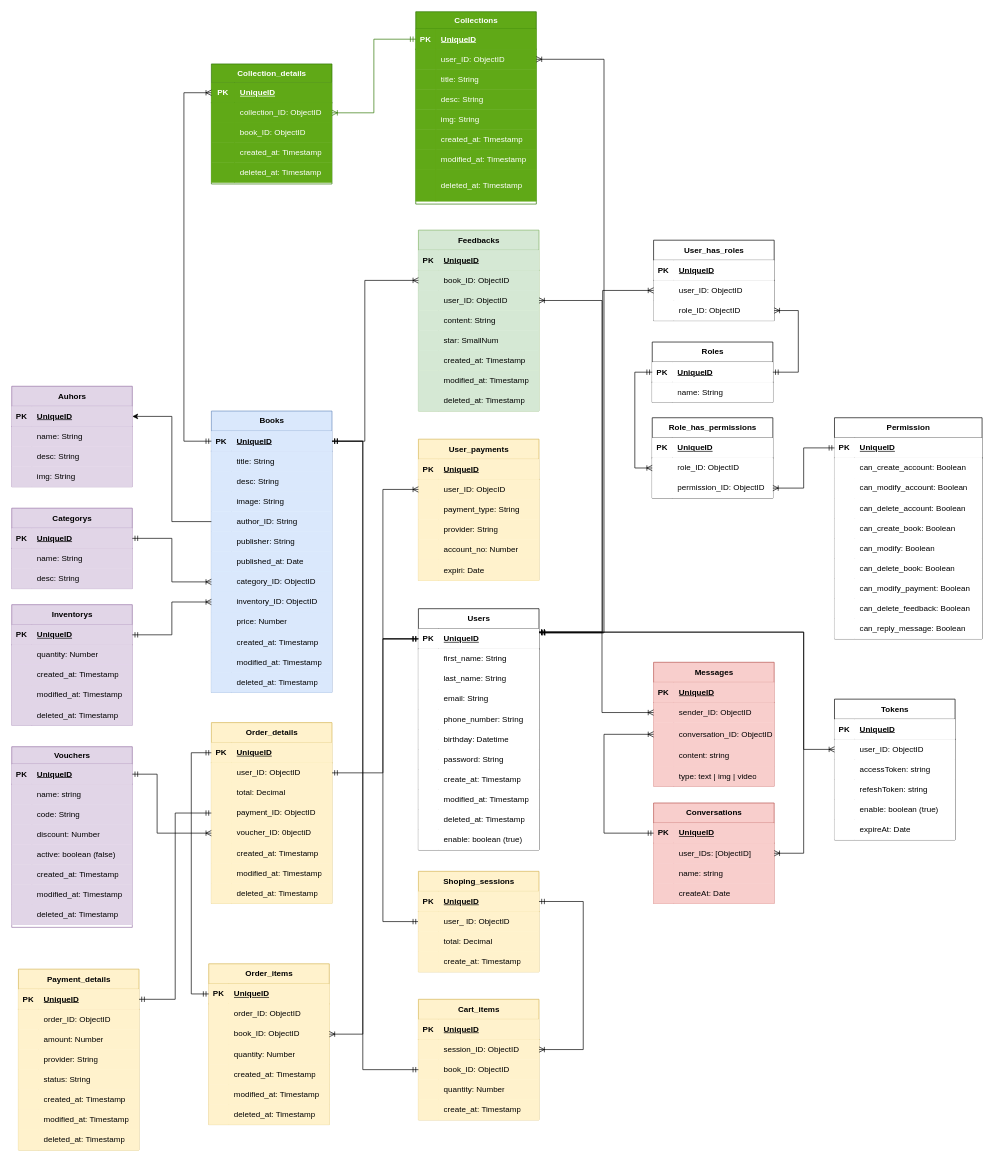
Earlier version of the draw.io diagram Diagram-Ebook-Shop.drawio (Khanh-BangPham/Diagram-Store). Source tidied: cells renumbered, new cells numbered last; positions are measured from the earlier drawing's top-left corner, leaving out a move shared by most shapes. Both pictures are drawn from the tidied source at 67%, with x=0, y=0 at pixel (11, 11).
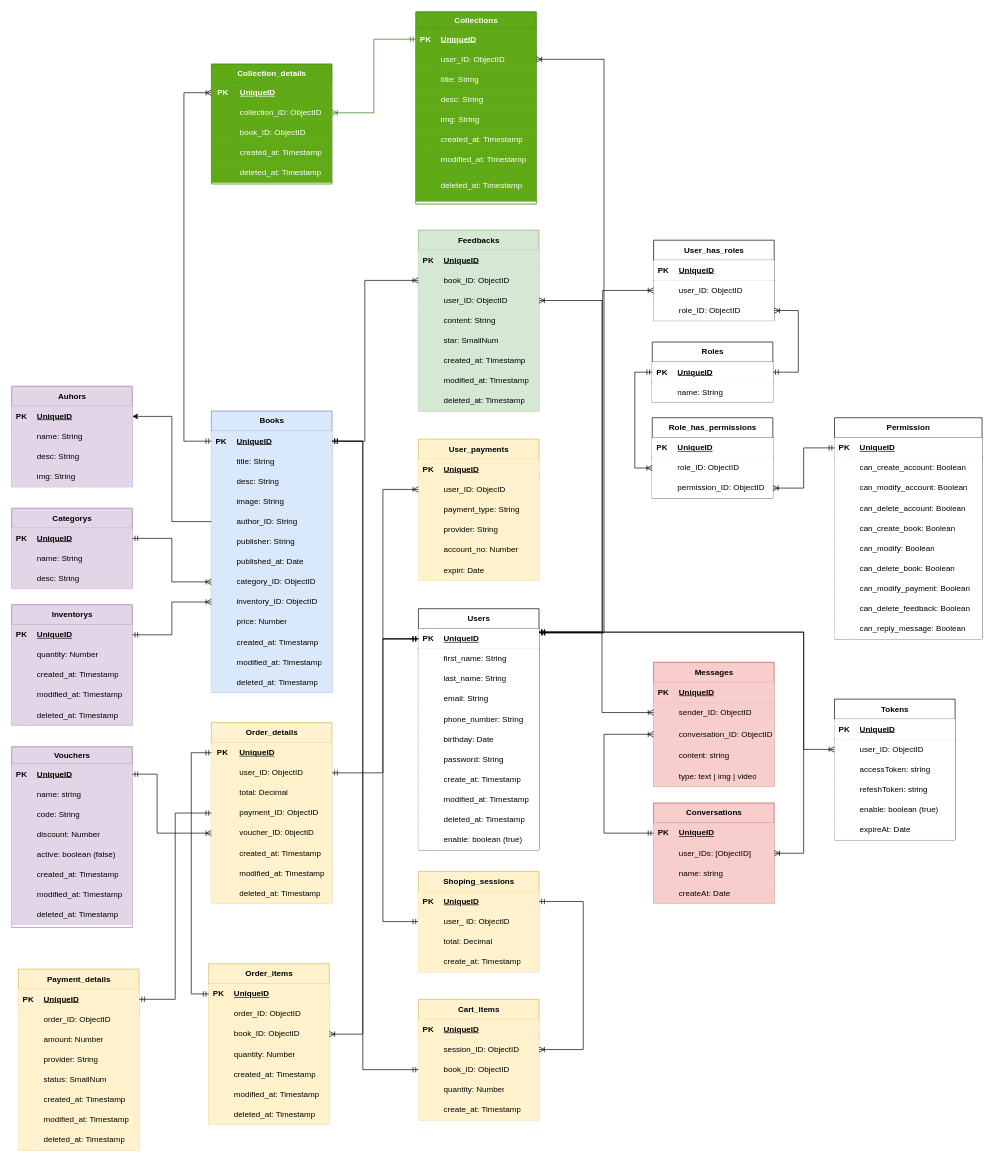
After the change.

Commit message (it also covers changes not shown here):
Cập nhật Diagram-Ebook-Shop.drawio

The change refers to these unchanged cells:
```xml
<mxCell id="18" style="shape=tableRow;horizontal=0;startSize=0;swimlaneHead=0;swimlaneBody=0;top=0;left=0;right=0;bottom=0;" parent="2" vertex="1">
  <mxGeometry y="180" width="180" height="30" as="geometry" />
</mxCell>
<mxCell id="258" style="shape=tableRow;horizontal=0;startSize=0;swimlaneHead=0;swimlaneBody=0;fillColor=#fff2cc;points=[[0,0.5],[1,0.5]];portConstraint=eastwest;top=0;left=0;right=0;bottom=1;strokeColor=#d6b656;" parent="257" vertex="1">
  <mxGeometry y="30" width="180" height="30" as="geometry" />
</mxCell>
<mxCell id="261" style="shape=tableRow;horizontal=0;startSize=0;swimlaneHead=0;swimlaneBody=0;fillColor=#fff2cc;points=[[0,0.5],[1,0.5]];portConstraint=eastwest;top=0;left=0;right=0;bottom=0;strokeColor=#d6b656;" parent="257" vertex="1">
  <mxGeometry y="60" width="180" height="30" as="geometry" />
</mxCell>
<mxCell id="264" style="shape=tableRow;horizontal=0;startSize=0;swimlaneHead=0;swimlaneBody=0;fillColor=#fff2cc;top=0;left=0;right=0;bottom=0;strokeColor=#d6b656;" parent="257" vertex="1">
  <mxGeometry y="90" width="180" height="30" as="geometry" />
</mxCell>
<mxCell id="267" style="shape=tableRow;horizontal=0;startSize=0;swimlaneHead=0;swimlaneBody=0;fillColor=#fff2cc;points=[[0,0.5],[1,0.5]];portConstraint=eastwest;top=0;left=0;right=0;bottom=0;strokeColor=#d6b656;" parent="257" vertex="1">
  <mxGeometry y="120" width="180" height="30" as="geometry" />
</mxCell>
<mxCell id="270" style="shape=tableRow;horizontal=0;startSize=0;swimlaneHead=0;swimlaneBody=0;fillColor=#fff2cc;points=[[0,0.5],[1,0.5]];portConstraint=eastwest;top=0;left=0;right=0;bottom=0;strokeColor=#d6b656;" parent="257" vertex="1">
  <mxGeometry y="150" width="180" height="30" as="geometry" />
</mxCell>
<mxCell id="273" style="shape=tableRow;horizontal=0;startSize=0;swimlaneHead=0;swimlaneBody=0;fillColor=#fff2cc;top=0;left=0;right=0;bottom=0;strokeColor=#d6b656;" parent="257" vertex="1">
  <mxGeometry y="180" width="180" height="30" as="geometry" />
</mxCell>
<mxCell id="276" style="shape=tableRow;horizontal=0;startSize=0;swimlaneHead=0;swimlaneBody=0;fillColor=#fff2cc;top=0;left=0;right=0;bottom=0;strokeColor=#d6b656;" parent="257" vertex="1">
  <mxGeometry y="210" width="180" height="30" as="geometry" />
</mxCell>
<mxCell id="279" style="shape=tableRow;horizontal=0;startSize=0;swimlaneHead=0;swimlaneBody=0;fillColor=#fff2cc;top=0;left=0;right=0;bottom=0;strokeColor=#d6b656;" parent="257" vertex="1">
  <mxGeometry y="240" width="180" height="30" as="geometry" />
</mxCell>
<mxCell id="296" style="shape=tableRow;horizontal=0;startSize=0;swimlaneHead=0;swimlaneBody=0;fillColor=#fff2cc;top=0;left=0;right=0;bottom=0;strokeColor=#d6b656;" parent="283" vertex="1">
  <mxGeometry y="150" width="180" height="30" as="geometry" />
</mxCell>
```

What changed in the source:
```diff
@@
-    <mxCell id="20" value="birthday: Datetime" style="shape=partialRectangle;top=0;left=0;bottom=0;right=0;align=left;spacingLeft=6;overflow=hidden;whiteSpace=wrap;html=1;" parent="18" vertex="1">
+    <mxCell id="20" value="birthday: Date" style="shape=partialRectangle;top=0;left=0;bottom=0;right=0;align=left;spacingLeft=6;overflow=hidden;whiteSpace=wrap;html=1;" parent="18" vertex="1">
       <mxGeometry x="30" width="150" height="30" as="geometry" />
     </mxCell>
@@
     <mxCell id="259" value="PK" style="shape=partialRectangle;fillColor=#fff2cc;top=0;left=0;bottom=0;right=0;fontStyle=1;overflow=hidden;whiteSpace=wrap;html=1;strokeColor=#d6b656;" parent="258" vertex="1">
-      <mxGeometry width="30" height="30" as="geometry" />
+      <mxGeometry width="33.8" height="30" as="geometry" />
     </mxCell>
     <mxCell id="260" value="UniqueID" style="shape=partialRectangle;fillColor=#fff2cc;top=0;left=0;bottom=0;right=0;align=left;spacingLeft=6;fontStyle=5;overflow=hidden;whiteSpace=wrap;html=1;strokeColor=#d6b656;" parent="258" vertex="1">
-      <mxGeometry x="30" width="150" height="30" as="geometry" />
+      <mxGeometry x="33.8" width="146.2" height="30" as="geometry" />
     </mxCell>
@@
     <mxCell id="262" style="shape=partialRectangle;fillColor=#fff2cc;top=0;left=0;bottom=0;right=0;overflow=hidden;whiteSpace=wrap;html=1;strokeColor=#d6b656;" parent="261" vertex="1">
-      <mxGeometry width="30" height="30" as="geometry" />
+      <mxGeometry width="33.8" height="30" as="geometry" />
     </mxCell>
     <mxCell id="263" value="user_ID: ObjectID" style="shape=partialRectangle;fillColor=#fff2cc;top=0;left=0;bottom=0;right=0;align=left;spacingLeft=6;overflow=hidden;whiteSpace=wrap;html=1;strokeColor=#d6b656;" parent="261" vertex="1">
-      <mxGeometry x="30" width="150" height="30" as="geometry" />
+      <mxGeometry x="33.8" width="146.2" height="30" as="geometry" />
     </mxCell>
@@
     <mxCell id="265" style="shape=partialRectangle;fillColor=#fff2cc;top=0;left=0;bottom=0;right=0;overflow=hidden;whiteSpace=wrap;html=1;strokeColor=#d6b656;" parent="264" vertex="1">
-      <mxGeometry width="30" height="30" as="geometry" />
+      <mxGeometry width="33.8" height="30" as="geometry" />
     </mxCell>
     <mxCell id="266" value="total: Decimal" style="shape=partialRectangle;fillColor=#fff2cc;top=0;left=0;bottom=0;right=0;align=left;spacingLeft=6;overflow=hidden;whiteSpace=wrap;html=1;strokeColor=#d6b656;" parent="264" vertex="1">
-      <mxGeometry x="30" width="150" height="30" as="geometry" />
+      <mxGeometry x="33.8" width="146.2" height="30" as="geometry" />
     </mxCell>
@@
     <mxCell id="268" style="shape=partialRectangle;fillColor=#fff2cc;top=0;left=0;bottom=0;right=0;overflow=hidden;whiteSpace=wrap;html=1;strokeColor=#d6b656;" parent="267" vertex="1">
-      <mxGeometry width="30" height="30" as="geometry" />
+      <mxGeometry width="33.8" height="30" as="geometry" />
     </mxCell>
     <mxCell id="269" value="payment_ID: ObjectID" style="shape=partialRectangle;fillColor=#fff2cc;top=0;left=0;bottom=0;right=0;align=left;spacingLeft=6;overflow=hidden;whiteSpace=wrap;html=1;strokeColor=#d6b656;" parent="267" vertex="1">
-      <mxGeometry x="30" width="150" height="30" as="geometry" />
+      <mxGeometry x="33.8" width="146.2" height="30" as="geometry" />
     </mxCell>
@@
     <mxCell id="271" style="shape=partialRectangle;fillColor=#fff2cc;top=0;left=0;bottom=0;right=0;overflow=hidden;whiteSpace=wrap;html=1;strokeColor=#d6b656;" parent="270" vertex="1">
-      <mxGeometry width="30" height="30" as="geometry" />
+      <mxGeometry width="33.8" height="30" as="geometry" />
     </mxCell>
     <mxCell id="272" value="voucher_ID: 0bjectiD" style="shape=partialRectangle;fillColor=#fff2cc;top=0;left=0;bottom=0;right=0;align=left;spacingLeft=6;overflow=hidden;whiteSpace=wrap;html=1;strokeColor=#d6b656;" parent="270" vertex="1">
-      <mxGeometry x="30" width="150" height="30" as="geometry" />
+      <mxGeometry x="33.8" width="146.2" height="30" as="geometry" />
     </mxCell>
@@
     <mxCell id="274" style="shape=partialRectangle;fillColor=#fff2cc;top=0;left=0;bottom=0;right=0;overflow=hidden;whiteSpace=wrap;html=1;strokeColor=#d6b656;" parent="273" vertex="1">
-      <mxGeometry width="30" height="30" as="geometry" />
+      <mxGeometry width="33.8" height="30" as="geometry" />
     </mxCell>
     <mxCell id="275" value="created_at: Timestamp" style="shape=partialRectangle;fillColor=#fff2cc;top=0;left=0;bottom=0;right=0;align=left;spacingLeft=6;overflow=hidden;whiteSpace=wrap;html=1;strokeColor=#d6b656;" parent="273" vertex="1">
-      <mxGeometry x="30" width="150" height="30" as="geometry" />
+      <mxGeometry x="33.8" width="146.2" height="30" as="geometry" />
     </mxCell>
@@
     <mxCell id="277" style="shape=partialRectangle;fillColor=#fff2cc;top=0;left=0;bottom=0;right=0;overflow=hidden;whiteSpace=wrap;html=1;strokeColor=#d6b656;" parent="276" vertex="1">
-      <mxGeometry width="30" height="30" as="geometry" />
+      <mxGeometry width="33.8" height="30" as="geometry" />
     </mxCell>
     <mxCell id="278" value="modified_at: Timestamp" style="shape=partialRectangle;fillColor=#fff2cc;top=0;left=0;bottom=0;right=0;align=left;spacingLeft=6;overflow=hidden;whiteSpace=wrap;html=1;strokeColor=#d6b656;" parent="276" vertex="1">
-      <mxGeometry x="30" width="150" height="30" as="geometry" />
+      <mxGeometry x="33.8" width="146.2" height="30" as="geometry" />
     </mxCell>
@@
     <mxCell id="280" style="shape=partialRectangle;fillColor=#fff2cc;top=0;left=0;bottom=0;right=0;overflow=hidden;whiteSpace=wrap;html=1;strokeColor=#d6b656;" parent="279" vertex="1">
-      <mxGeometry width="30" height="30" as="geometry" />
+      <mxGeometry width="33.8" height="30" as="geometry" />
     </mxCell>
     <mxCell id="281" value="deleted_at: Timestamp" style="shape=partialRectangle;fillColor=#fff2cc;top=0;left=0;bottom=0;right=0;align=left;spacingLeft=6;overflow=hidden;whiteSpace=wrap;html=1;strokeColor=#d6b656;" parent="279" vertex="1">
-      <mxGeometry x="30" width="150" height="30" as="geometry" />
+      <mxGeometry x="33.8" width="146.2" height="30" as="geometry" />
     </mxCell>
@@
-    <mxCell id="298" value="status: String" style="shape=partialRectangle;fillColor=#fff2cc;top=0;left=0;bottom=0;right=0;align=left;spacingLeft=6;overflow=hidden;whiteSpace=wrap;html=1;strokeColor=#d6b656;" parent="296" vertex="1">
+    <mxCell id="298" value="status: SmallNum" style="shape=partialRectangle;fillColor=#fff2cc;top=0;left=0;bottom=0;right=0;align=left;spacingLeft=6;overflow=hidden;whiteSpace=wrap;html=1;strokeColor=#d6b656;" parent="296" vertex="1">
       <mxGeometry x="30" width="150" height="30" as="geometry" />
     </mxCell>
```
